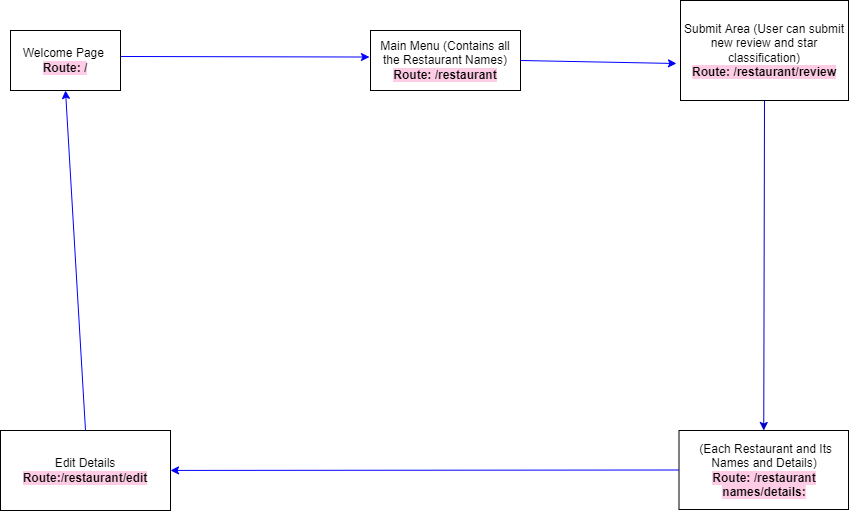
Before: Rest-Rant Wireframe.drawio.png, a diagram exported from draw.io (Phalguni221/REST-rant). Source tidied: cells renumbered, new cells last; positions are measured from the earlier drawing's top-left corner, leaving out a move shared by most shapes.
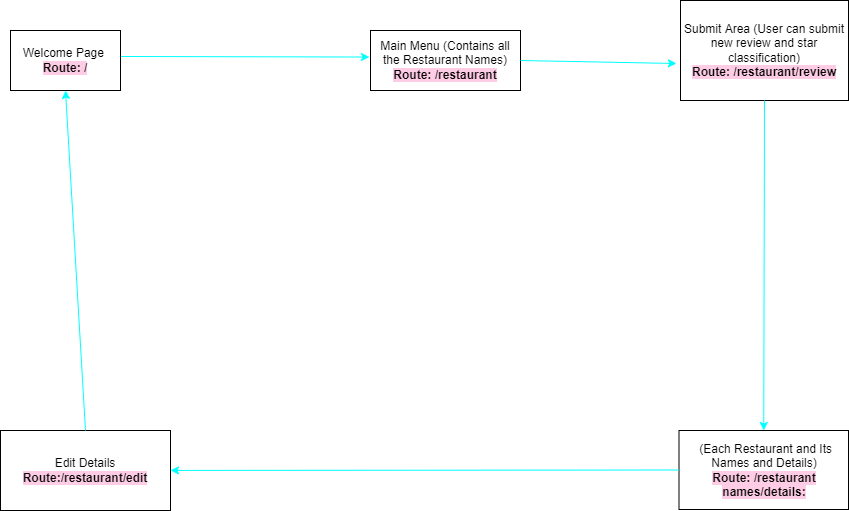
After the commit.

Change to the diagram source:
```diff
@@ -11,16 +11,16 @@
     <mxCell id="4" value="Submit Area (User can submit new review and star classification)&lt;br&gt;&lt;b style=&quot;background-color: rgb(255 , 204 , 230)&quot;&gt;Route: /restaurant/review&lt;/b&gt;" style="rounded=0;whiteSpace=wrap;html=1;" parent="1" vertex="1">
       <mxGeometry x="680" width="168" height="100" as="geometry" />
     </mxCell>
-    <mxCell id="5" style="endArrow=classic;html=1;rounded=0;exitX=0;exitY=0.5;exitDx=0;exitDy=0;strokeColor=#0000FF;" parent="1" edge="1" source="3" target="6">
+    <mxCell id="5" style="endArrow=classic;html=1;rounded=0;exitX=0;exitY=0.5;exitDx=0;exitDy=0;strokeColor=#00FFFF;" parent="1" edge="1" source="3" target="6">
       <mxGeometry relative="1" as="geometry" />
     </mxCell>
     <mxCell id="6" value="Edit Details&lt;br&gt;&lt;b style=&quot;background-color: rgb(255 , 204 , 230)&quot;&gt;Route:/restaurant/edit&lt;/b&gt;" style="rounded=0;whiteSpace=wrap;html=1;" parent="1" vertex="1">
       <mxGeometry y="430" width="170" height="80" as="geometry" />
     </mxCell>
-    <mxCell id="7" style="endArrow=classic;html=1;rounded=0;exitX=0.5;exitY=1;exitDx=0;exitDy=0;entryX=0.5;entryY=0;entryDx=0;entryDy=0;strokeColor=#0000CC;" parent="1" edge="1" source="4" target="3">
+    <mxCell id="7" style="endArrow=classic;html=1;rounded=0;exitX=0.5;exitY=1;exitDx=0;exitDy=0;entryX=0.5;entryY=0;entryDx=0;entryDy=0;strokeColor=#00FFFF;" parent="1" edge="1" source="4" target="3">
       <mxGeometry relative="1" as="geometry" />
     </mxCell>
-    <mxCell id="8" style="endArrow=classic;html=1;rounded=0;exitX=1;exitY=0.5;exitDx=0;exitDy=0;entryX=-0.024;entryY=0.63;entryDx=0;entryDy=0;entryPerimeter=0;strokeColor=#0000FF;" parent="1" edge="1" source="2" target="4">
+    <mxCell id="8" style="endArrow=classic;html=1;rounded=0;exitX=1;exitY=0.5;exitDx=0;exitDy=0;entryX=-0.024;entryY=0.63;entryDx=0;entryDy=0;entryPerimeter=0;strokeColor=#00FFFF;" parent="1" edge="1" source="2" target="4">
       <mxGeometry relative="1" as="geometry" />
     </mxCell>
     <mxCell id="9" style="endArrow=classic;html=1;rounded=0;exitX=0.5;exitY=0;exitDx=0;exitDy=0;startArrow=none;" parent="1" edge="1" source="10">
@@ -31,10 +31,10 @@
     <mxCell id="10" value="Welcome Page&amp;nbsp;&lt;br&gt;&lt;b style=&quot;background-color: rgb(255 , 204 , 230)&quot;&gt;Route: /&lt;/b&gt;" style="rounded=0;whiteSpace=wrap;html=1;" parent="1" vertex="1">
       <mxGeometry x="10" y="30" width="110" height="60" as="geometry" />
     </mxCell>
-    <mxCell id="11" style="endArrow=classic;html=1;rounded=0;exitX=0.5;exitY=0;exitDx=0;exitDy=0;entryX=0.5;entryY=1;entryDx=0;entryDy=0;strokeColor=#0000FF;" parent="1" edge="1" source="6" target="10">
+    <mxCell id="11" style="endArrow=classic;html=1;rounded=0;exitX=0.5;exitY=0;exitDx=0;exitDy=0;entryX=0.5;entryY=1;entryDx=0;entryDy=0;strokeColor=#00FFFF;" parent="1" edge="1" source="6" target="10">
       <mxGeometry relative="1" as="geometry" />
     </mxCell>
-    <mxCell id="12" style="endArrow=classic;html=1;rounded=0;exitX=1.005;exitY=0.433;exitDx=0;exitDy=0;entryX=-0.007;entryY=0.442;entryDx=0;entryDy=0;strokeColor=#0000FF;exitPerimeter=0;entryPerimeter=0;" parent="1" edge="1" source="10" target="2">
+    <mxCell id="12" style="endArrow=classic;html=1;rounded=0;exitX=1.005;exitY=0.433;exitDx=0;exitDy=0;entryX=-0.007;entryY=0.442;entryDx=0;entryDy=0;strokeColor=#00FFFF;exitPerimeter=0;entryPerimeter=0;" parent="1" edge="1" source="10" target="2">
       <mxGeometry relative="1" as="geometry" />
     </mxCell>
   </root>
```
